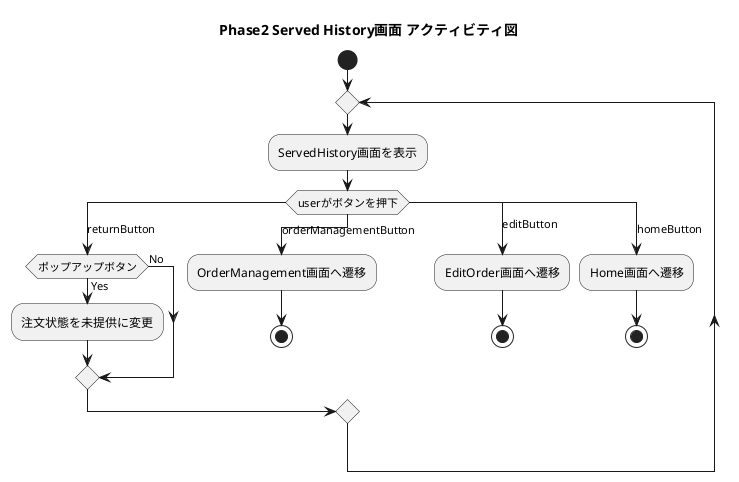
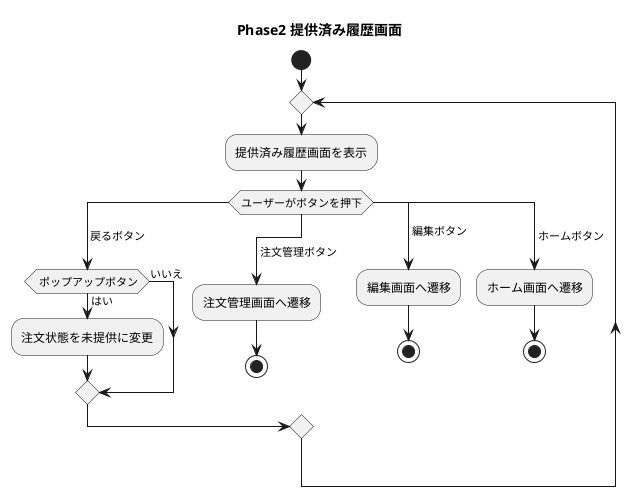
@startuml

- title Phase2 Served History画面 アクティビティ図
+ title Phase2 提供済み履歴画面

start

repeat

- :ServedHistory画面を表示;
+ :提供済み履歴画面を表示;

- switch (userがボタンを押下)
+ switch (ユーザーがボタンを押下)

- case (returnButton)
+ case ( 戻るボタン)

-     if (ポップアップボタン) then (Yes)
+     if ( ポップアップボタン) then (はい)
        :注文状態を未提供に変更;
-     else (No)
+     else (いいえ)
    endif


- case (orderManagementButton)
-     :OrderManagement画面へ遷移;
+ case (\n 注文管理ボタン)
+     :注文管理画面へ遷移;
    stop

- case (editButton)
-     :EditOrder画面へ遷移;
+ case ( 編集ボタン)
+     :編集画面へ遷移;
    stop

- case (homeButton)
-     :Home画面へ遷移;
+ case ( ホームボタン)
+     :ホーム画面へ遷移;
    stop

endswitch

@enduml